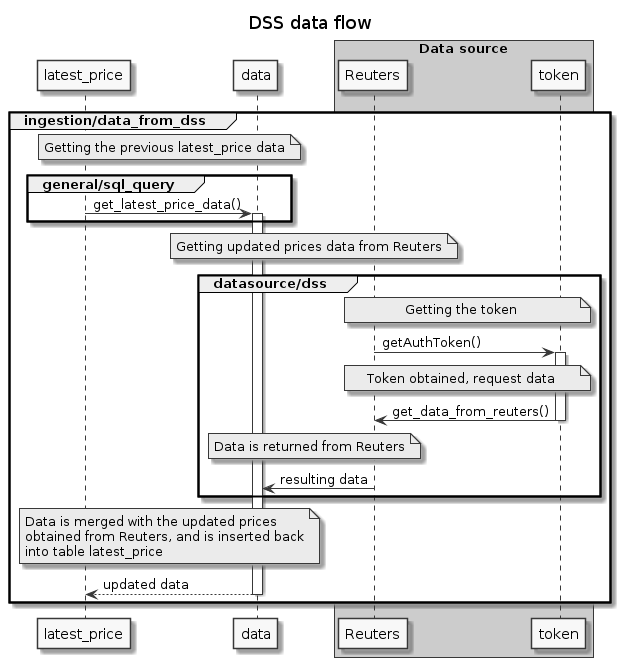
Above: docs/diagrams/dss_flow/dss.png in asklora/DROID_V2.1 (PlantUML), before the change. Its diagram source:
```plantuml
@startuml dss

title "DSS data flow"

skinparam monochrome true

participant latest_price
participant data
box "Data source" #LightBlue
participant Reuters
participant token
end box

group ingestion/data_from_dss
    note over data, latest_price
    Getting the previous latest_price data
    end note
    group general/sql_query
        latest_price->data : get_latest_price_data()
        activate data
    end

    note over Reuters, data
    Getting updated prices data from Reuters
    end note

    group datasource/dss
        note over Reuters, token
        Getting the token
        end note

        Reuters -> token : getAuthToken()
        activate token

        note over Reuters, token
        Token obtained, request data
        end note

        token -> Reuters : get_data_from_reuters()
        deactivate token

        note over Reuters, data
        Data is returned from Reuters
        end note

        Reuters -> data : resulting data
    end

    note over data, latest_price
    Data is merged with the updated prices
    obtained from Reuters, and is inserted back
    into table latest_price
    end note

    return updated data
end

@enduml
```
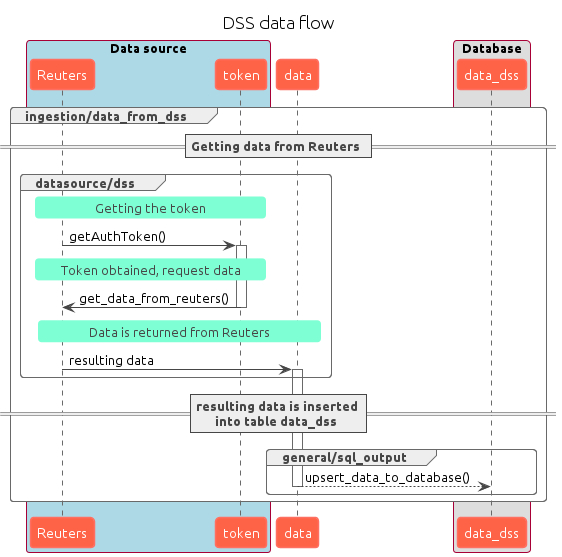
Above is the later version.

Diff of the diagram source:
```diff
@@ -2,57 +2,52 @@
 
 title "DSS data flow"
 
-skinparam monochrome true
+!theme vibrant
 
-participant latest_price
-participant data
+skinparam shadowing false
+skinparam defaultFontName Ubuntu
+
 box "Data source" #LightBlue
 participant Reuters
 participant token
 end box
+participant data
+box "Database"
+participant data_dss
 
 group ingestion/data_from_dss
-    note over data, latest_price
-    Getting the previous latest_price data
-    end note
-    group general/sql_query
-        latest_price->data : get_latest_price_data()
-        activate data
-    end
-
-    note over Reuters, data
-    Getting updated prices data from Reuters
-    end note
+    == Getting data from Reuters ==
 
     group datasource/dss
-        note over Reuters, token
+        rnote over Reuters, token
         Getting the token
         end note
 
         Reuters -> token : getAuthToken()
         activate token
 
-        note over Reuters, token
+        rnote over Reuters, token
         Token obtained, request data
         end note
 
         token -> Reuters : get_data_from_reuters()
         deactivate token
 
-        note over Reuters, data
+        rnote over Reuters, data
         Data is returned from Reuters
         end note
 
         Reuters -> data : resulting data
+        activate data
     end
 
-    note over data, latest_price
-    Data is merged with the updated prices
-    obtained from Reuters, and is inserted back
-    into table latest_price
-    end note
+    == resulting data is inserted\ninto table data_dss ==
 
-    return updated data
+    group general/sql_output
+        data --> data_dss : upsert_data_to_database()
+        deactivate data
+    end
+
 end
 
 @enduml
```
